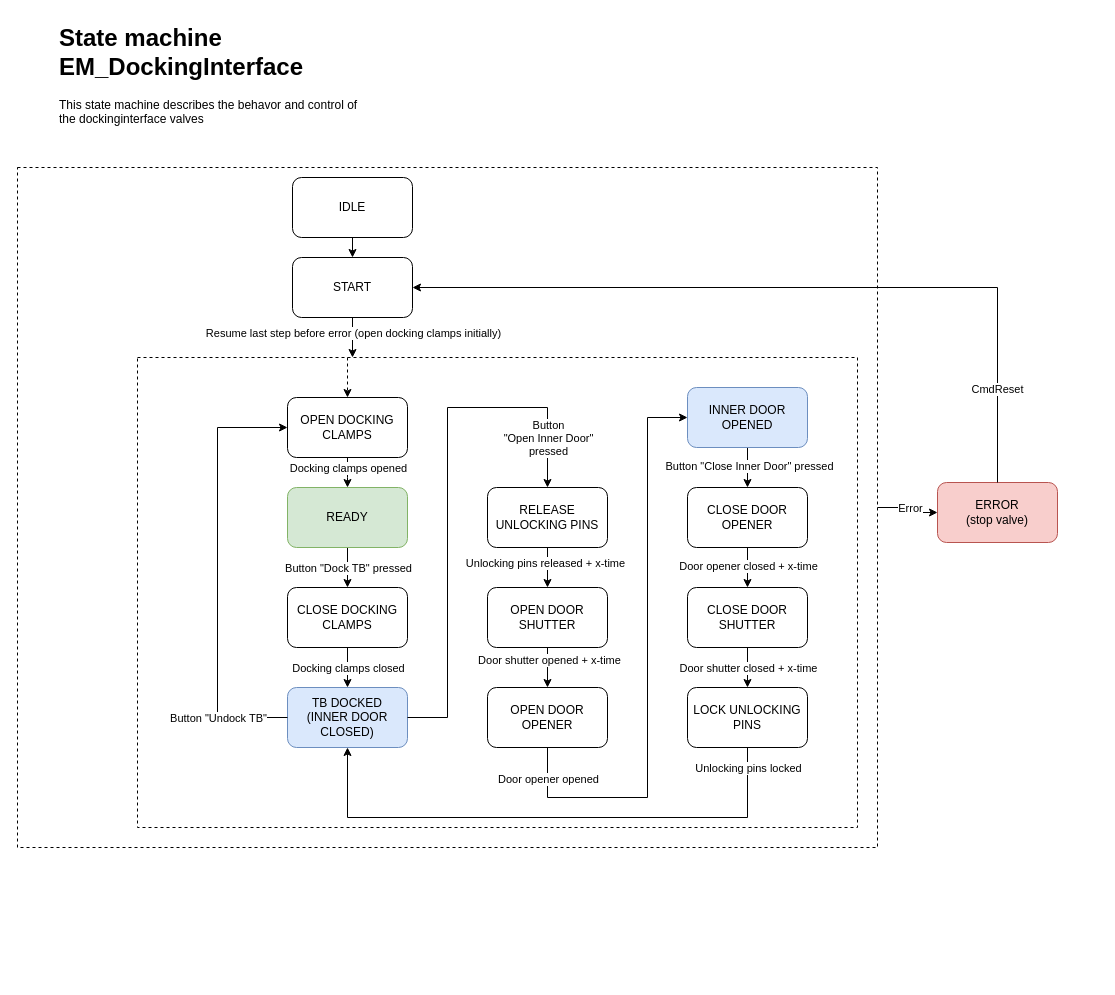
KMWE/KMWE_CleanroomConnect keeps this draw.io diagram as page "EM_DockingInterface" (7 of 8) of Documentation/StateMachine and Sequence Diagrams.drawio. Above is the earlier version. Source tidied: cells renumbered, new cells numbered last; positions are measured from the earlier drawing's top-left corner, leaving out a move shared by most shapes. Both pictures are drawn from the tidied source at 100%, with x=0, y=0 at pixel (17, 17).
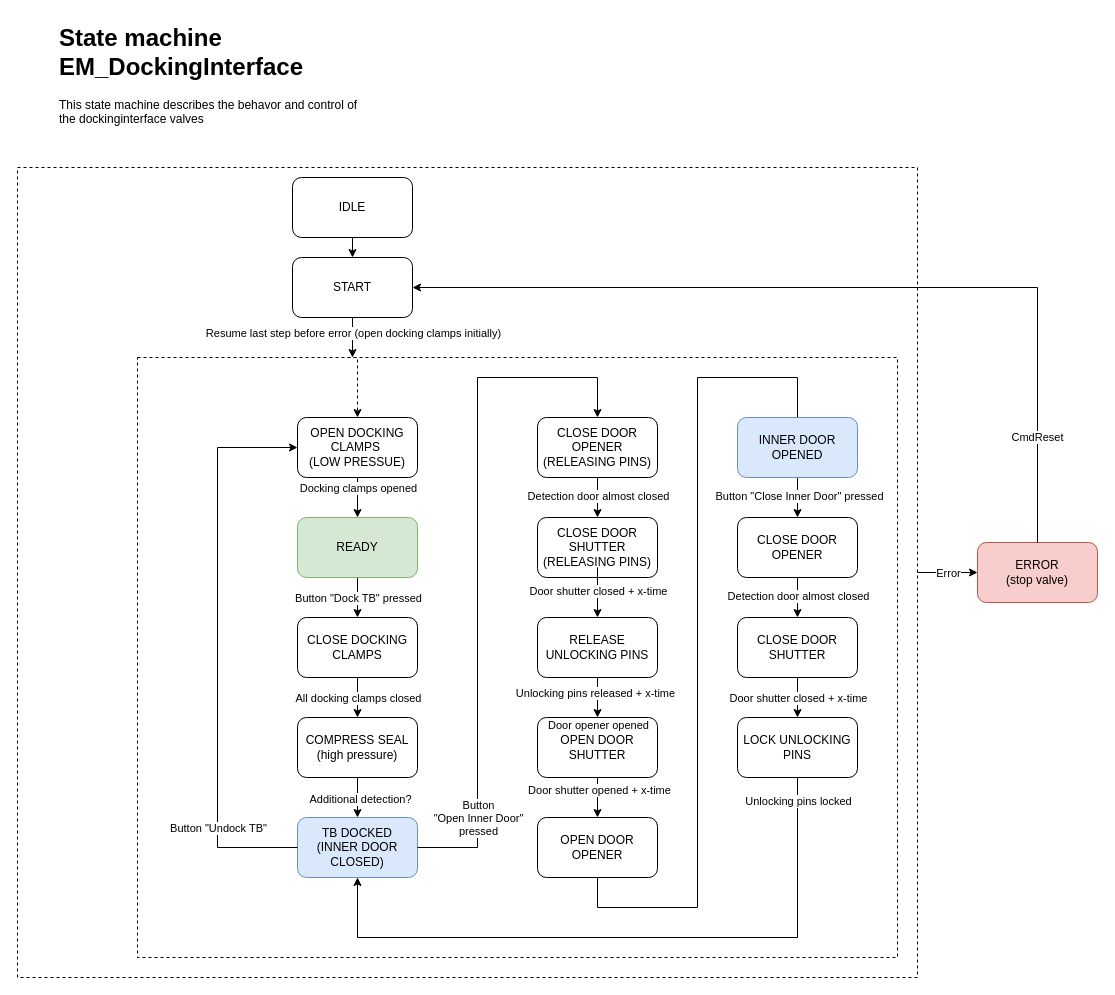
The same diagram, later.

Unchanged cells that the change refers to:
```xml
<mxCell id="26" style="endArrow=classic;html=1;rounded=0;entryX=0.5;entryY=0;entryDx=0;entryDy=0;exitX=0.5;exitY=1;exitDx=0;exitDy=0;" parent="1" edge="1" source="11" target="12">
  <mxGeometry relative="1" as="geometry" />
</mxCell>
<mxCell id="39" style="endArrow=classic;html=1;rounded=0;exitX=0.5;exitY=1;exitDx=0;exitDy=0;edgeStyle=orthogonalEdgeStyle;entryX=0.5;entryY=0;entryDx=0;entryDy=0;" parent="1" edge="1" source="6" target="38">
  <mxGeometry relative="1" as="geometry">
    <Array as="points">
      <mxPoint x="330" y="460" />
      <mxPoint x="330" y="460" />
    </Array>
  </mxGeometry>
</mxCell>
```

The edit, as a diff of the source:
```diff
@@
     <mxCell id="2" style="rounded=0;whiteSpace=wrap;html=1;fillColor=none;dashed=1;" parent="1" vertex="1">
-      <mxGeometry y="150" width="860" height="680" as="geometry" />
+      <mxGeometry y="150" width="900" height="810" as="geometry" />
     </mxCell>
     <mxCell id="3" style="rounded=0;whiteSpace=wrap;html=1;fillColor=none;dashed=1;" parent="1" vertex="1">
-      <mxGeometry x="120" y="340" width="720" height="470" as="geometry" />
+      <mxGeometry x="120" y="340" width="760" height="600" as="geometry" />
     </mxCell>
@@
-    <mxCell id="6" value="OPEN DOCKING CLAMPS" style="rounded=1;whiteSpace=wrap;html=1;" parent="1" vertex="1">
-      <mxGeometry x="270" y="380" width="120" height="60" as="geometry" />
+    <mxCell id="6" value="OPEN DOCKING CLAMPS&amp;nbsp;&lt;div&gt;(LOW PRESSUE)&lt;/div&gt;" style="rounded=1;whiteSpace=wrap;html=1;" parent="1" vertex="1">
+      <mxGeometry x="280" y="400" width="120" height="60" as="geometry" />
     </mxCell>
     <mxCell id="7" value="CLOSE DOCKING CLAMPS" style="rounded=1;whiteSpace=wrap;html=1;" parent="1" vertex="1">
-      <mxGeometry x="270" y="570" width="120" height="60" as="geometry" />
+      <mxGeometry x="280" y="600" width="120" height="60" as="geometry" />
     </mxCell>
     <mxCell id="8" value="RELEASE UNLOCKING PINS" style="rounded=1;whiteSpace=wrap;html=1;" parent="1" vertex="1">
-      <mxGeometry x="470" y="470" width="120" height="60" as="geometry" />
+      <mxGeometry x="520" y="600" width="120" height="60" as="geometry" />
     </mxCell>
     <mxCell id="9" value="OPEN DOOR SHUTTER" style="rounded=1;whiteSpace=wrap;html=1;" parent="1" vertex="1">
-      <mxGeometry x="470" y="570" width="120" height="60" as="geometry" />
+      <mxGeometry x="520" y="700" width="120" height="60" as="geometry" />
     </mxCell>
     <mxCell id="10" value="OPEN DOOR OPENER" style="rounded=1;whiteSpace=wrap;html=1;" parent="1" vertex="1">
-      <mxGeometry x="470" y="670" width="120" height="60" as="geometry" />
+      <mxGeometry x="520" y="800" width="120" height="60" as="geometry" />
     </mxCell>
     <mxCell id="11" value="CLOSE DOOR OPENER" style="rounded=1;whiteSpace=wrap;html=1;" parent="1" vertex="1">
-      <mxGeometry x="670" y="470" width="120" height="60" as="geometry" />
+      <mxGeometry x="720" y="500" width="120" height="60" as="geometry" />
     </mxCell>
     <mxCell id="12" value="CLOSE DOOR SHUTTER" style="rounded=1;whiteSpace=wrap;html=1;" parent="1" vertex="1">
-      <mxGeometry x="670" y="570" width="120" height="60" as="geometry" />
+      <mxGeometry x="720" y="600" width="120" height="60" as="geometry" />
     </mxCell>
     <mxCell id="13" value="LOCK UNLOCKING PINS" style="rounded=1;whiteSpace=wrap;html=1;" parent="1" vertex="1">
-      <mxGeometry x="670" y="670" width="120" height="60" as="geometry" />
+      <mxGeometry x="720" y="700" width="120" height="60" as="geometry" />
     </mxCell>
@@
-    <mxCell id="18" style="endArrow=classic;html=1;rounded=0;exitX=0.5;exitY=1;exitDx=0;exitDy=0;edgeStyle=orthogonalEdgeStyle;" parent="1" edge="1" source="7" target="32">
-      <mxGeometry relative="1" as="geometry">
-        <Array as="points">
-          <mxPoint x="330" y="690" />
-          <mxPoint x="330" y="690" />
-        </Array>
-      </mxGeometry>
+    <mxCell id="18" style="endArrow=classic;html=1;rounded=0;exitX=0.5;exitY=1;exitDx=0;exitDy=0;edgeStyle=orthogonalEdgeStyle;entryX=0.5;entryY=0;entryDx=0;entryDy=0;" parent="1" edge="1" source="7" target="59">
+      <mxGeometry relative="1" as="geometry" />
     </mxCell>
-    <mxCell id="19" value="Docking clamps closed" style="edgeLabel;html=1;align=center;verticalAlign=middle;" parent="18" vertex="1">
+    <mxCell id="19" value="All docking clamps closed" style="edgeLabel;html=1;align=center;verticalAlign=middle;" parent="18" vertex="1">
       <mxGeometry x="-0.3" y="1" relative="1" as="geometry">
         <mxPoint x="-1" y="6" as="offset" />
       </mxGeometry>
     </mxCell>
@@
     <mxCell id="24" style="endArrow=classic;html=1;rounded=0;exitX=0.5;exitY=1;exitDx=0;exitDy=0;entryX=0;entryY=0.5;entryDx=0;entryDy=0;edgeStyle=orthogonalEdgeStyle;" parent="1" edge="1" source="10" target="37">
       <mxGeometry relative="1" as="geometry">
         <Array as="points">
-          <mxPoint x="530" y="780" />
-          <mxPoint x="630" y="780" />
-          <mxPoint x="630" y="400" />
+          <mxPoint x="580" y="890" />
+          <mxPoint x="680" y="890" />
+          <mxPoint x="680" y="360" />
+          <mxPoint x="780" y="360" />
+          <mxPoint x="780" y="430" />
         </Array>
       </mxGeometry>
     </mxCell>
@@
-    <mxCell id="27" value="Door opener closed + x-time" style="edgeLabel;html=1;align=center;verticalAlign=middle;" parent="26" vertex="1">
+    <mxCell id="27" value="Detection door almost closed" style="edgeLabel;html=1;align=center;verticalAlign=middle;" parent="26" vertex="1">
       <mxGeometry x="-0.1" relative="1" as="geometry" />
     </mxCell>
@@
     <mxCell id="30" style="endArrow=classic;html=1;rounded=0;entryX=0.5;entryY=1;entryDx=0;entryDy=0;exitX=0.5;exitY=1;exitDx=0;exitDy=0;edgeStyle=orthogonalEdgeStyle;" parent="1" edge="1" source="13" target="32">
       <mxGeometry relative="1" as="geometry">
         <Array as="points">
-          <mxPoint x="730" y="800" />
-          <mxPoint x="330" y="800" />
+          <mxPoint x="780" y="920" />
+          <mxPoint x="340" y="920" />
         </Array>
       </mxGeometry>
     </mxCell>
@@
     <mxCell id="32" value="TB DOCKED&lt;div&gt;(INNER DOOR&lt;/div&gt;&lt;div&gt;CLOSED)&lt;/div&gt;" style="rounded=1;whiteSpace=wrap;html=1;fillColor=#dae8fc;strokeColor=#6c8ebf;" parent="1" vertex="1">
-      <mxGeometry x="270" y="670" width="120" height="60" as="geometry" />
+      <mxGeometry x="280" y="800" width="120" height="60" as="geometry" />
     </mxCell>
@@
-    <mxCell id="35" style="endArrow=classic;html=1;rounded=0;exitX=1;exitY=0.5;exitDx=0;exitDy=0;edgeStyle=orthogonalEdgeStyle;" parent="1" edge="1" source="32">
+    <mxCell id="35" style="endArrow=classic;html=1;rounded=0;exitX=1;exitY=0.5;exitDx=0;exitDy=0;edgeStyle=orthogonalEdgeStyle;entryX=0.5;entryY=0;entryDx=0;entryDy=0;" parent="1" edge="1" source="32" target="51">
       <mxGeometry relative="1" as="geometry">
-        <mxPoint x="530" y="470" as="targetPoint" />
         <Array as="points">
-          <mxPoint x="430" y="700" />
-          <mxPoint x="430" y="390" />
-          <mxPoint x="530" y="390" />
+          <mxPoint x="460" y="830" />
+          <mxPoint x="460" y="360" />
+          <mxPoint x="580" y="360" />
         </Array>
       </mxGeometry>
     </mxCell>
     <mxCell id="36" value="Button&lt;div&gt;&quot;Open Inner Door&quot;&lt;/div&gt;&lt;div&gt;pressed&lt;/div&gt;" style="edgeLabel;html=1;align=center;verticalAlign=middle;" parent="35" vertex="1">
       <mxGeometry x="-0.1" y="1" relative="1" as="geometry">
-        <mxPoint x="101" y="-81" as="offset" />
+        <mxPoint x="1" y="221" as="offset" />
       </mxGeometry>
     </mxCell>
     <mxCell id="37" value="INNER DOOR&lt;div&gt;OPENED&lt;/div&gt;" style="rounded=1;whiteSpace=wrap;html=1;fillColor=#dae8fc;strokeColor=#6c8ebf;" parent="1" vertex="1">
-      <mxGeometry x="670" y="370" width="120" height="60" as="geometry" />
+      <mxGeometry x="720" y="400" width="120" height="60" as="geometry" />
     </mxCell>
     <mxCell id="38" value="READY" style="rounded=1;whiteSpace=wrap;html=1;fillColor=#d5e8d4;strokeColor=#82b366;" parent="1" vertex="1">
-      <mxGeometry x="270" y="470" width="120" height="60" as="geometry" />
+      <mxGeometry x="280" y="500" width="120" height="60" as="geometry" />
     </mxCell>
@@
     <mxCell id="40" value="Docking clamps opened" style="edgeLabel;html=1;align=center;verticalAlign=middle;" parent="39" vertex="1">
       <mxGeometry x="-0.3" y="1" relative="1" as="geometry">
-        <mxPoint x="-1" y="-1" as="offset" />
+        <mxPoint x="-1" y="9" as="offset" />
       </mxGeometry>
     </mxCell>
     <mxCell id="41" value="ERROR&lt;div&gt;(stop valve)&lt;/div&gt;" style="rounded=1;whiteSpace=wrap;html=1;fillStyle=auto;fillColor=#f8cecc;strokeColor=#b85450;" parent="1" vertex="1">
-      <mxGeometry x="920" y="465" width="120" height="60" as="geometry" />
+      <mxGeometry x="960" y="525" width="120" height="60" as="geometry" />
     </mxCell>
@@
     <mxCell id="49" style="endArrow=classic;html=1;rounded=0;edgeStyle=orthogonalEdgeStyle;entryX=0;entryY=0.5;entryDx=0;entryDy=0;exitX=0;exitY=0.5;exitDx=0;exitDy=0;" parent="1" edge="1" source="32" target="6">
       <mxGeometry relative="1" as="geometry">
         <Array as="points">
-          <mxPoint x="200" y="700" />
-          <mxPoint x="200" y="410" />
+          <mxPoint x="200" y="830" />
+          <mxPoint x="200" y="430" />
         </Array>
       </mxGeometry>
     </mxCell>
     <mxCell id="50" value="Button &quot;Undock TB&quot;" style="edgeLabel;html=1;align=center;verticalAlign=middle;" parent="49" vertex="1">
       <mxGeometry x="-0.3" y="1" relative="1" as="geometry">
-        <mxPoint x="1" y="81" as="offset" />
+        <mxPoint x="1" y="96" as="offset" />
       </mxGeometry>
     </mxCell>
+    <mxCell id="51" value="CLOSE DOOR OPENER (RELEASING PINS)" style="rounded=1;whiteSpace=wrap;html=1;" parent="1" vertex="1">
+      <mxGeometry x="520" y="400" width="120" height="60" as="geometry" />
+    </mxCell>
+    <mxCell id="52" value="CLOSE DOOR SHUTTER (RELEASING PINS)" style="rounded=1;whiteSpace=wrap;html=1;" parent="1" vertex="1">
+      <mxGeometry x="520" y="500" width="120" height="60" as="geometry" />
+    </mxCell>
+    <mxCell id="53" style="endArrow=classic;html=1;rounded=0;entryX=0.5;entryY=0;entryDx=0;entryDy=0;exitX=0.5;exitY=1;exitDx=0;exitDy=0;" parent="1" edge="1" source="51" target="52">
+      <mxGeometry relative="1" as="geometry" />
+    </mxCell>
+    <mxCell id="54" value="Detection door almost closed" style="edgeLabel;html=1;align=center;verticalAlign=middle;" parent="53" vertex="1">
+      <mxGeometry x="-0.1" relative="1" as="geometry" />
+    </mxCell>
+    <mxCell id="55" style="endArrow=classic;html=1;rounded=0;entryX=0.5;entryY=0;entryDx=0;entryDy=0;exitX=0.5;exitY=1;exitDx=0;exitDy=0;edgeStyle=orthogonalEdgeStyle;" parent="1" edge="1" source="52" target="8">
+      <mxGeometry relative="1" as="geometry">
+        <Array as="points">
+          <mxPoint x="580" y="550" />
+          <mxPoint x="580" y="550" />
+        </Array>
+      </mxGeometry>
+    </mxCell>
+    <mxCell id="56" value="Door shutter closed + x-time" style="edgeLabel;html=1;align=center;verticalAlign=middle;" parent="55" vertex="1">
+      <mxGeometry x="0.25" relative="1" as="geometry">
+        <mxPoint y="-5" as="offset" />
+      </mxGeometry>
+    </mxCell>
+    <mxCell id="57" style="edgeStyle=orthogonalEdgeStyle;rounded=0;jettySize=auto;html=1;entryX=0.5;entryY=0;entryDx=0;entryDy=0;" parent="1" edge="1" source="59" target="32">
+      <mxGeometry relative="1" as="geometry" />
+    </mxCell>
+    <mxCell id="58" value="Additional detection?" style="edgeLabel;html=1;align=center;verticalAlign=middle;" parent="57" vertex="1">
+      <mxGeometry x="0.05" y="2" relative="1" as="geometry" />
+    </mxCell>
+    <mxCell id="59" value="COMPRESS SEAL&lt;br&gt;(high pressure)" style="rounded=1;whiteSpace=wrap;html=1;" parent="1" vertex="1">
+      <mxGeometry x="280" y="700" width="120" height="60" as="geometry" />
+    </mxCell>
```
